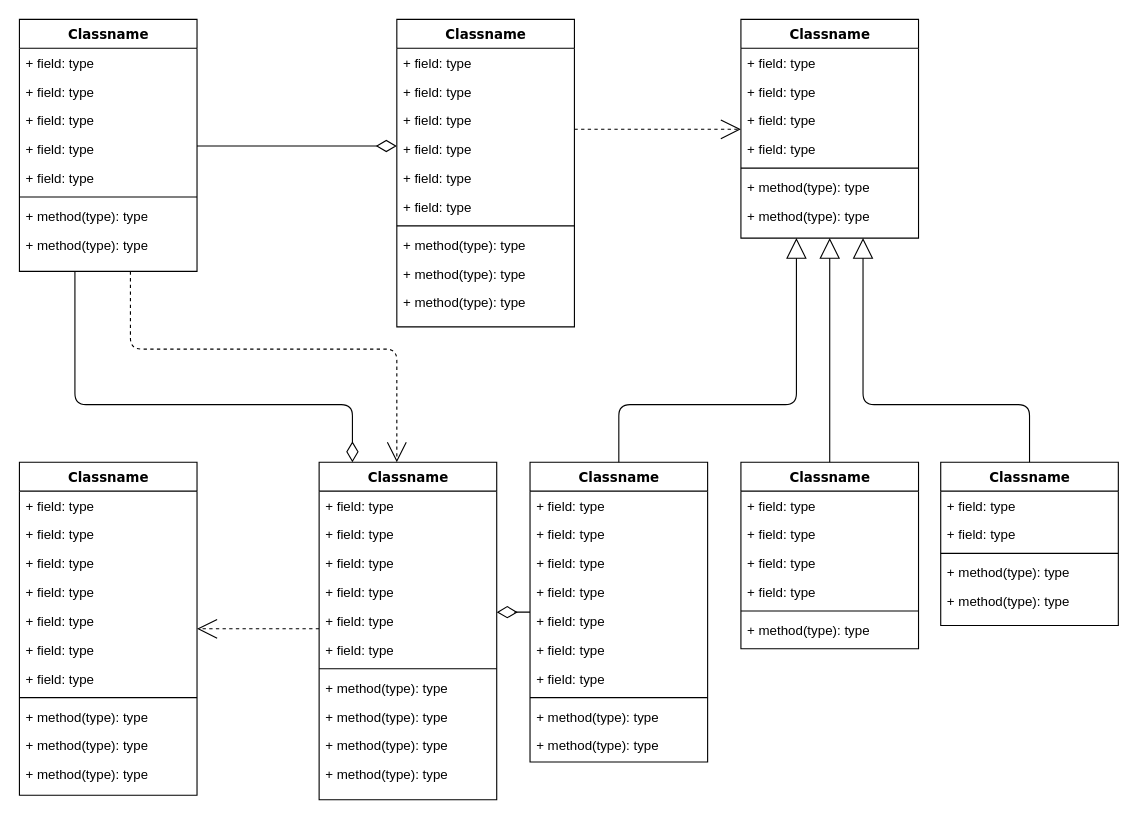
Before: Untitled Diagram.drawio in mattwatts36/drawings, a draw.io diagram. Source tidied: cells renumbered, new cells numbered last; positions are measured from the earlier drawing's top-left corner, leaving out a move shared by most shapes. Both pictures are drawn from the tidied source at 111%, with x=0, y=0 at pixel (19, 19).
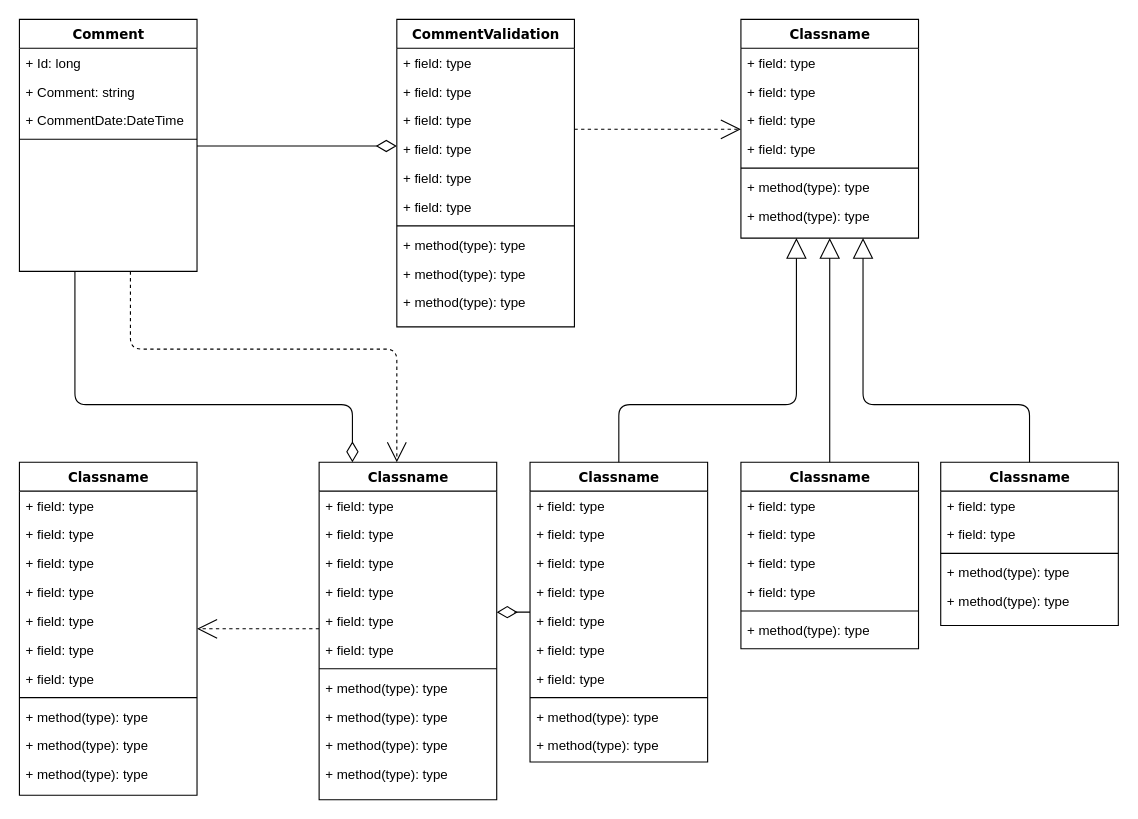
Above is the later version.

Change to the diagram source:
```diff
@@
-    <mxCell id="4" value="Classname" style="swimlane;html=1;fontStyle=1;align=center;verticalAlign=top;horizontal=1;startSize=26;swimlaneFillColor=#ffffff;rounded=0;shadow=0;comic=0;labelBackgroundColor=none;strokeWidth=1;fillColor=none;fontFamily=Verdana;fontSize=12;" parent="1" vertex="1">
+    <mxCell id="4" value="Comment" style="swimlane;html=1;fontStyle=1;align=center;verticalAlign=top;horizontal=1;startSize=26;swimlaneFillColor=#ffffff;rounded=0;shadow=0;comic=0;labelBackgroundColor=none;strokeWidth=1;fillColor=none;fontFamily=Verdana;fontSize=12;" parent="1" vertex="1">
       <mxGeometry width="160" height="227" as="geometry" />
     </mxCell>
-    <mxCell id="5" value="+ field: type" style="text;html=1;strokeColor=none;fillColor=none;align=left;verticalAlign=top;spacingLeft=4;spacingRight=4;whiteSpace=wrap;overflow=hidden;" parent="4" vertex="1">
+    <mxCell id="5" value="+ Id: long" style="text;html=1;strokeColor=none;fillColor=none;align=left;verticalAlign=top;spacingLeft=4;spacingRight=4;whiteSpace=wrap;overflow=hidden;" parent="4" vertex="1">
       <mxGeometry y="26" width="160" height="26" as="geometry" />
     </mxCell>
-    <mxCell id="6" value="+ field: type" style="text;html=1;strokeColor=none;fillColor=none;align=left;verticalAlign=top;spacingLeft=4;spacingRight=4;whiteSpace=wrap;overflow=hidden;" parent="4" vertex="1">
+    <mxCell id="6" value="+ Comment: string" style="text;html=1;strokeColor=none;fillColor=none;align=left;verticalAlign=top;spacingLeft=4;spacingRight=4;whiteSpace=wrap;overflow=hidden;" parent="4" vertex="1">
       <mxGeometry y="52" width="160" height="26" as="geometry" />
     </mxCell>
-    <mxCell id="7" value="+ field: type" style="text;html=1;strokeColor=none;fillColor=none;align=left;verticalAlign=top;spacingLeft=4;spacingRight=4;whiteSpace=wrap;overflow=hidden;" parent="4" vertex="1">
+    <mxCell id="7" value="+ CommentDate:DateTime&amp;nbsp;" style="text;html=1;strokeColor=none;fillColor=none;align=left;verticalAlign=top;spacingLeft=4;spacingRight=4;whiteSpace=wrap;overflow=hidden;" parent="4" vertex="1">
       <mxGeometry y="78" width="160" height="26" as="geometry" />
     </mxCell>
-    <mxCell id="8" value="+ field: type" style="text;html=1;strokeColor=none;fillColor=none;align=left;verticalAlign=top;spacingLeft=4;spacingRight=4;whiteSpace=wrap;overflow=hidden;" parent="4" vertex="1">
-      <mxGeometry y="104" width="160" height="26" as="geometry" />
-    </mxCell>
-    <mxCell id="9" value="+ field: type" style="text;html=1;strokeColor=none;fillColor=none;align=left;verticalAlign=top;spacingLeft=4;spacingRight=4;whiteSpace=wrap;overflow=hidden;" parent="4" vertex="1">
-      <mxGeometry y="130" width="160" height="26" as="geometry" />
-    </mxCell>
     <mxCell id="10" style="line;html=1;strokeWidth=1;fillColor=none;align=left;verticalAlign=middle;spacingTop=-1;spacingLeft=3;spacingRight=3;labelPosition=right;" parent="4" vertex="1">
-      <mxGeometry y="156" width="160" height="8" as="geometry" />
+      <mxGeometry y="104" width="160" height="8" as="geometry" />
     </mxCell>
-    <mxCell id="11" value="+ method(type): type" style="text;html=1;strokeColor=none;fillColor=none;align=left;verticalAlign=top;spacingLeft=4;spacingRight=4;whiteSpace=wrap;overflow=hidden;" parent="4" vertex="1">
-      <mxGeometry y="164" width="160" height="26" as="geometry" />
-    </mxCell>
-    <mxCell id="12" value="+ method(type): type" style="text;html=1;strokeColor=none;fillColor=none;align=left;verticalAlign=top;spacingLeft=4;spacingRight=4;whiteSpace=wrap;overflow=hidden;" parent="4" vertex="1">
-      <mxGeometry y="190" width="160" height="26" as="geometry" />
-    </mxCell>
@@
-    <mxCell id="14" value="Classname" style="swimlane;html=1;fontStyle=1;align=center;verticalAlign=top;horizontal=1;startSize=26;swimlaneFillColor=#ffffff;rounded=0;shadow=0;comic=0;labelBackgroundColor=none;strokeWidth=1;fillColor=none;fontFamily=Verdana;fontSize=12;" parent="1" vertex="1">
+    <mxCell id="14" value="CommentValidation" style="swimlane;html=1;fontStyle=1;align=center;verticalAlign=top;horizontal=1;startSize=26;swimlaneFillColor=#ffffff;rounded=0;shadow=0;comic=0;labelBackgroundColor=none;strokeWidth=1;fillColor=none;fontFamily=Verdana;fontSize=12;" parent="1" vertex="1">
       <mxGeometry x="340" width="160" height="277" as="geometry" />
     </mxCell>
```
